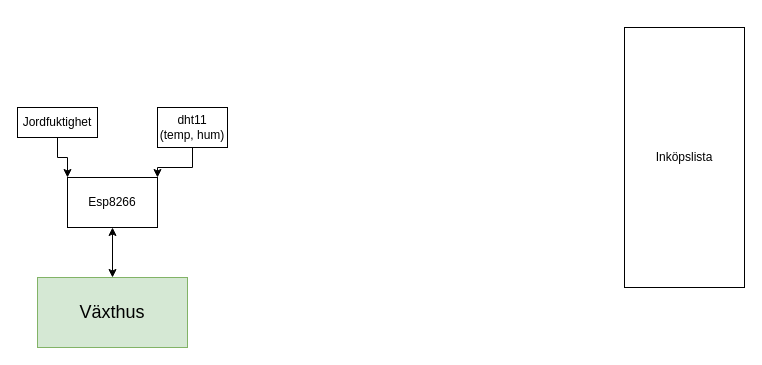
Earlier version of the draw.io diagram Namnlöst diagram.drawio (hgOscNor/W-xter-s). Source tidied: cells renumbered, new cells numbered last; positions are measured from the earlier drawing's top-left corner, leaving out a move shared by most shapes. Both pictures are drawn from the tidied source at 100%, with x=0, y=0 at pixel (17, 27).
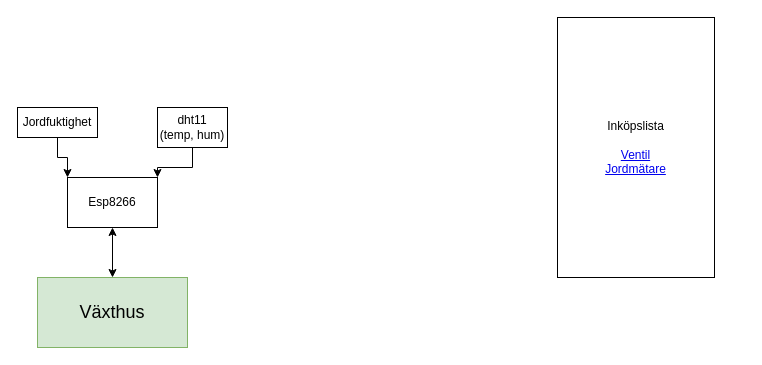
Above is the later version.

Diff of the diagram source:
```diff
@@
 <mxGraphModel>
   <root>
     <mxCell id="0" />
     <mxCell id="1" parent="0" />
     <mxCell id="2" value="&lt;font style=&quot;font-size: 18px;&quot;&gt;Växthus&lt;/font&gt;" style="rounded=0;whiteSpace=wrap;html=1;fillColor=#d5e8d4;strokeColor=#82b366;" parent="1" vertex="1">
       <mxGeometry x="20" y="250" width="150" height="70" as="geometry" />
     </mxCell>
     <mxCell id="3" value="Esp8266" style="rounded=0;whiteSpace=wrap;html=1;" parent="1" vertex="1">
       <mxGeometry x="50" y="150" width="90" height="50" as="geometry" />
     </mxCell>
     <mxCell id="4" style="endArrow=classic;startArrow=classic;html=1;rounded=0;exitX=0.5;exitY=0;exitDx=0;exitDy=0;entryX=0.5;entryY=1;entryDx=0;entryDy=0;" parent="1" edge="1" source="2" target="3">
       <mxGeometry relative="1" as="geometry" />
     </mxCell>
     <mxCell id="5" style="edgeStyle=orthogonalEdgeStyle;rounded=0;jettySize=auto;html=1;entryX=1;entryY=0;entryDx=0;entryDy=0;" parent="1" edge="1" source="6" target="3">
       <mxGeometry relative="1" as="geometry" />
     </mxCell>
     <mxCell id="6" value="&lt;div&gt;dht11&lt;/div&gt;&lt;div&gt;(temp, hum)&lt;br&gt;&lt;/div&gt;" style="rounded=0;whiteSpace=wrap;html=1;" parent="1" vertex="1">
       <mxGeometry x="140" y="80" width="70" height="40" as="geometry" />
     </mxCell>
     <mxCell id="7" style="edgeStyle=orthogonalEdgeStyle;rounded=0;jettySize=auto;html=1;entryX=0;entryY=0;entryDx=0;entryDy=0;" parent="1" edge="1" source="8" target="3">
       <mxGeometry relative="1" as="geometry" />
     </mxCell>
     <mxCell id="8" value="Jordfuktighet" style="rounded=0;whiteSpace=wrap;html=1;" parent="1" vertex="1">
       <mxGeometry y="80" width="80" height="30" as="geometry" />
     </mxCell>
-    <mxCell id="9" value="Inköpslista" style="rounded=0;whiteSpace=wrap;html=1;" parent="1" vertex="1">
-      <mxGeometry x="607" width="120" height="260" as="geometry" />
+    <mxCell id="9" value="Inköpslista&lt;div&gt;&lt;br&gt;&lt;/div&gt;&lt;div&gt;&lt;a href=&quot;https://www.biltema.se/bygg/vvs/sanitet-och-vatten/ventiler-vvs/minikulventiler-vvs/minikulventil-rak-12-x-12-2000061360&quot;&gt;Ventil&lt;/a&gt;&lt;/div&gt;&lt;div&gt;&lt;a href=&quot;https://www.electrokit.com/jordfuktighetssensor&quot;&gt;Jordmätare&lt;/a&gt;&lt;/div&gt;" style="rounded=0;whiteSpace=wrap;html=1;" parent="1" vertex="1">
+      <mxGeometry x="540" y="-10" width="157" height="260" as="geometry" />
     </mxCell>
   </root>
 </mxGraphModel>
```
